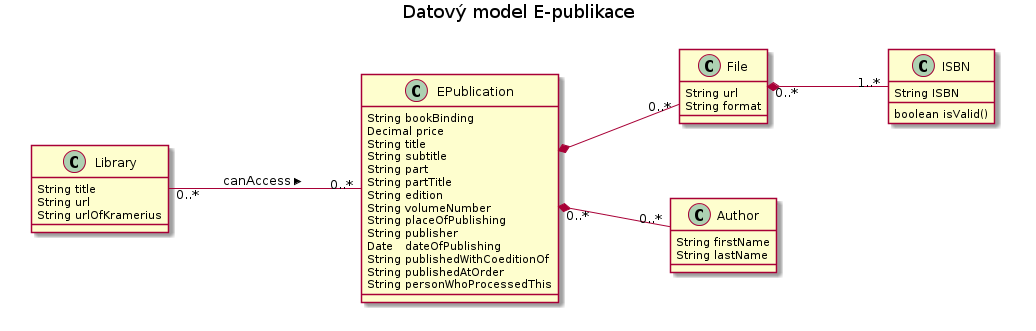
edeposit/edeposit.policy keeps this PlantUML diagram as docs/dm01.png. Above is the earlier version.
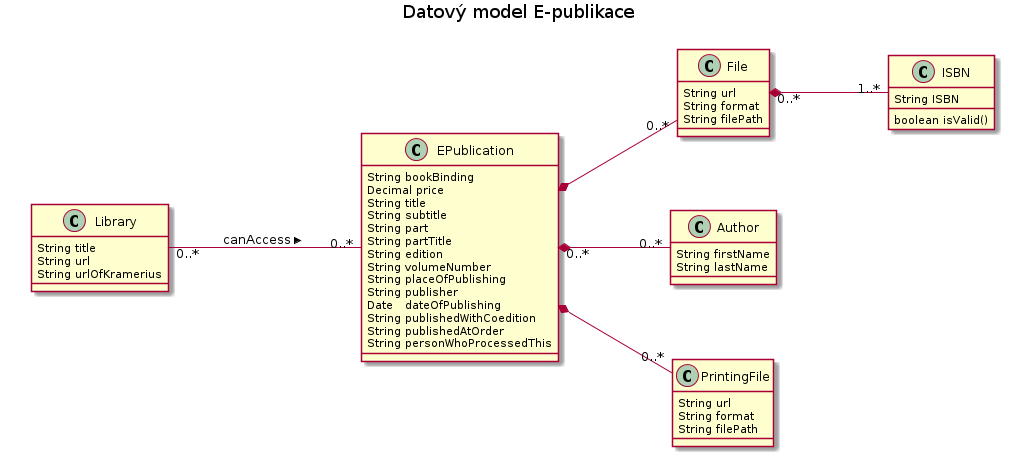
Later version of the same file.

Diff of the diagram source:
```diff
@@ -1,4 +1,5 @@
 @startuml
+skinparam componentStyle uml2
 left to right direction
 title Datový model E-publikace
 
@@ -16,11 +17,18 @@
 class File {
       String url
       String format
+      String filePath
 }
 
 class Author {
       String firstName
       String lastName
+}
+
+class PrintingFile {
+      String url
+      String format
+      String filePath
 }
 
 class EPublication {
@@ -35,13 +43,14 @@
       String placeOfPublishing
       String publisher
       Date   dateOfPublishing
-      String publishedWithCoeditionOf
+      String publishedWithCoedition
       String publishedAtOrder
       String personWhoProcessedThis
 }
 
 Library "0..*" -- "0..*" EPublication: canAccess >
 EPublication *-- "0..*" File
+EPublication *-- "0..*" PrintingFile
 EPublication "0..*" *-- "0..*" Author
 File "0..*" *-- "1..*" ISBN
 
```
